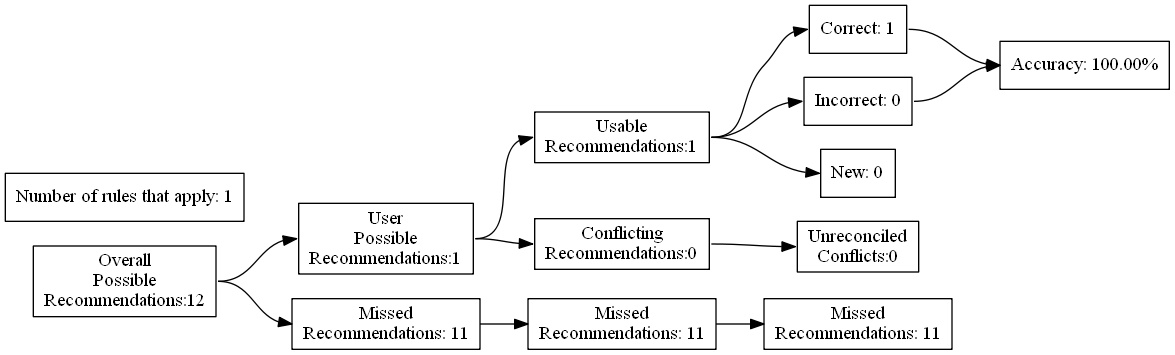
Above: test_renders/13.gv.png in ZaxR/ibd_diet_analysis (Graphviz), before the change. Its source is kept beside it as test_renders/13.gv.
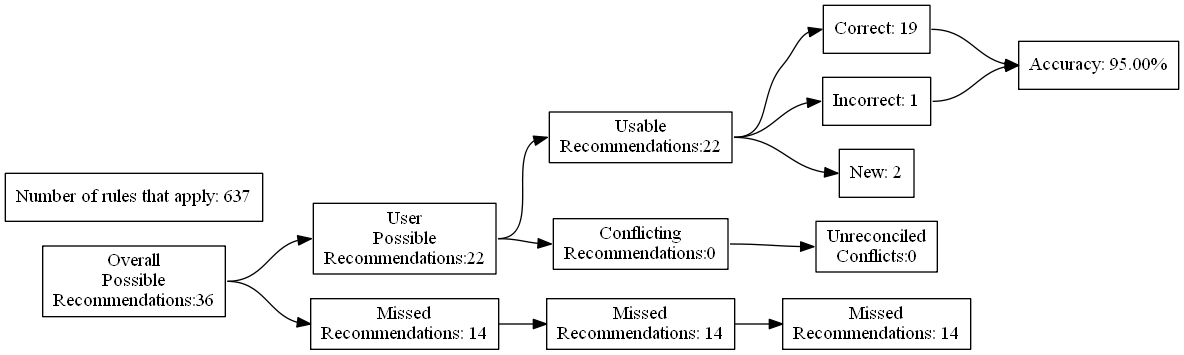
After the commit.

What changed in the source:
```diff
@@ -4,27 +4,27 @@
 	edge [headport=w tailport=e]
 		A [label="Overall
 Possible
-Recommendations:12"]
+Recommendations:36"]
 		B [label="User
 Possible
-Recommendations:1"]
+Recommendations:22"]
 		C [label="Missed
-Recommendations: 11"]
+Recommendations: 14"]
 		D [label="Usable
-Recommendations:1"]
+Recommendations:22"]
 		E [label="Conflicting
 Recommendations:0"]
 		J [label="Missed
-Recommendations: 11"]
+Recommendations: 14"]
 		M [label="Unreconciled
 Conflicts:0"]
-		F [label="Correct: 1"]
-		G [label="Incorrect: 0"]
-		H [label="New: 0"]
+		F [label="Correct: 19"]
+		G [label="Incorrect: 1"]
+		H [label="New: 2"]
 		K [label="Missed
-Recommendations: 11"]
-		I [label="Accuracy: 100.00%"]
-		l [label="Number of rules that apply: 1"]
+Recommendations: 14"]
+		I [label="Accuracy: 95.00%"]
+		l [label="Number of rules that apply: 637"]
 			A -> B
 			A -> C
 			B -> D
```
